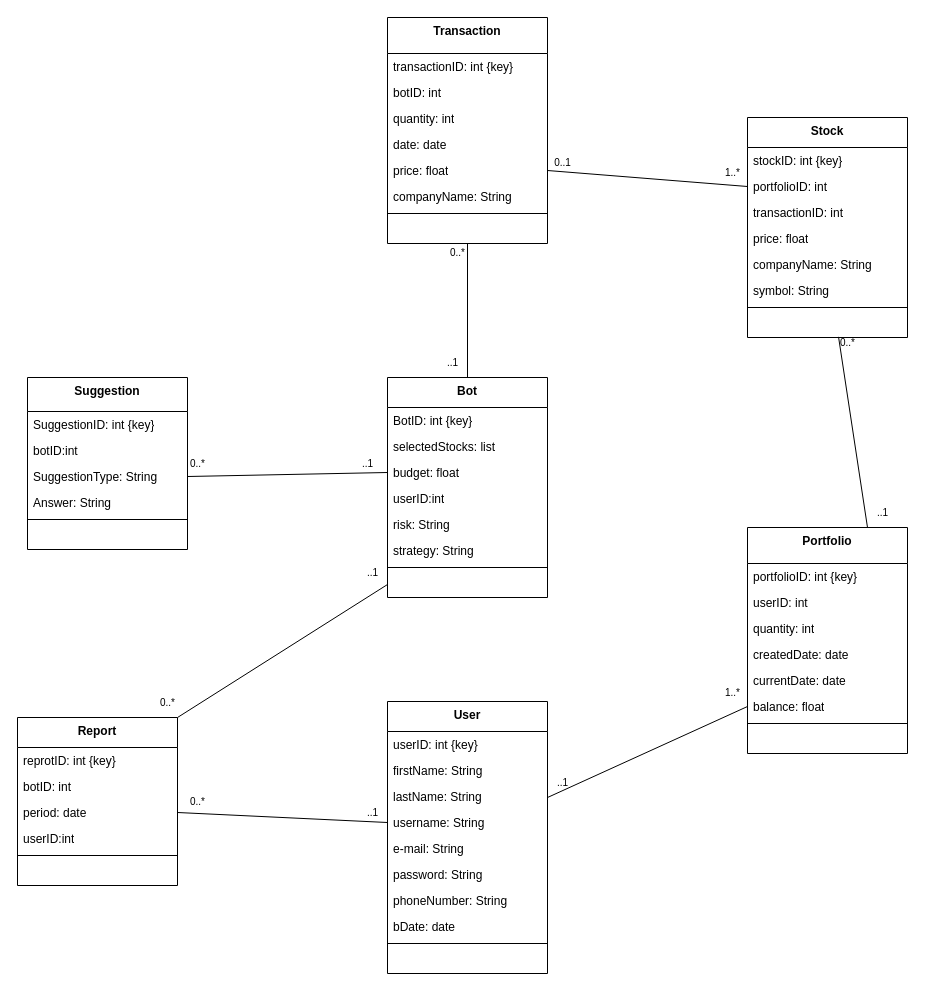
Earlier version of the draw.io diagram Diagrams/DOMAIN CLASS DIAGRAM.drawio (Abdulmohsen23/IS498). Source tidied: cells renumbered, new cells numbered last; positions are measured from the earlier drawing's top-left corner, leaving out a move shared by most shapes. Both pictures are drawn from the tidied source at 100%, with x=0, y=0 at pixel (17, 17).
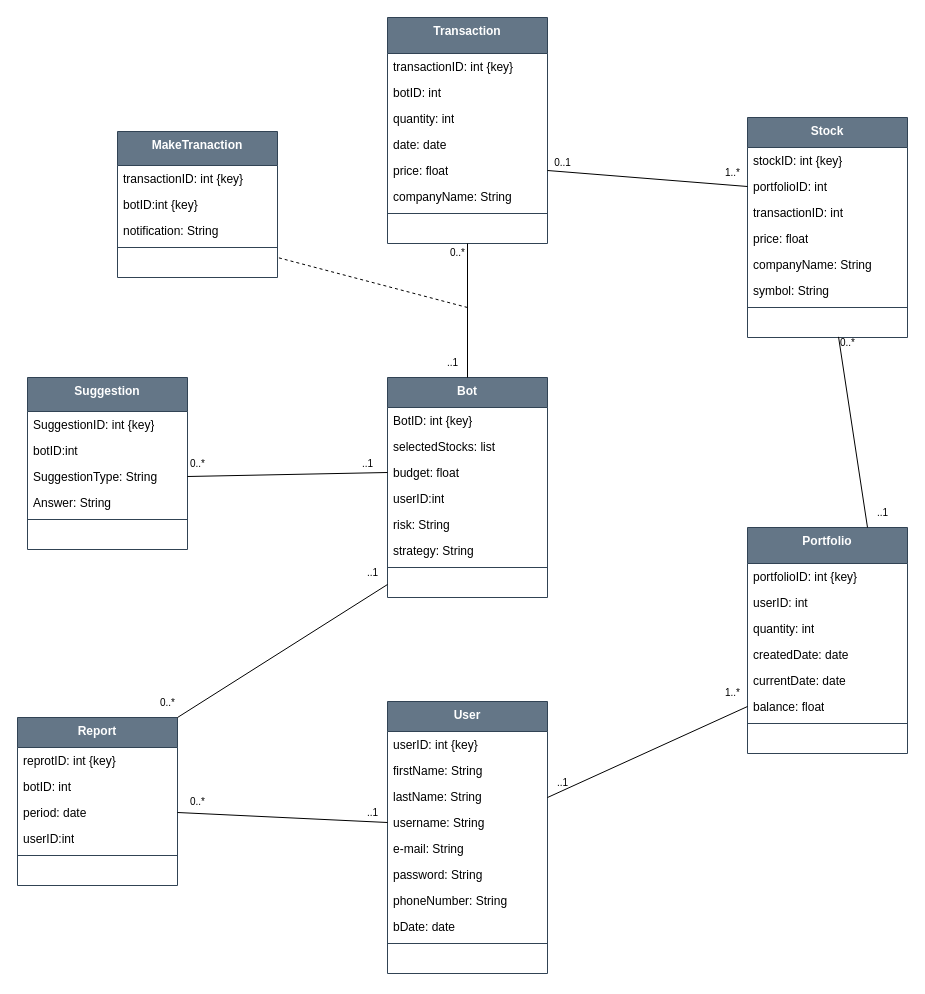
The same diagram, later.

Change to the diagram source:
```diff
@@
-    <mxCell id="2" value="&lt;div&gt;User&lt;br&gt;&lt;/div&gt;" style="swimlane;fontStyle=1;align=center;verticalAlign=top;horizontal=1;startSize=30;whiteSpace=wrap;html=1;" parent="1" vertex="1">
+    <mxCell id="2" value="&lt;div&gt;User&lt;br&gt;&lt;/div&gt;" style="swimlane;fontStyle=1;align=center;verticalAlign=top;horizontal=1;startSize=30;whiteSpace=wrap;html=1;fillColor=#647687;strokeColor=#314354;fontColor=#ffffff;" parent="1" vertex="1">
       <mxGeometry x="370" y="684" width="160" height="272" as="geometry" />
     </mxCell>
@@
-    <mxCell id="13" value="&lt;div&gt;Portfolio&lt;br&gt;&lt;/div&gt;" style="swimlane;fontStyle=1;align=center;verticalAlign=top;horizontal=1;startSize=36;whiteSpace=wrap;html=1;" parent="1" vertex="1">
+    <mxCell id="13" value="&lt;div&gt;Portfolio&lt;br&gt;&lt;/div&gt;" style="swimlane;fontStyle=1;align=center;verticalAlign=top;horizontal=1;startSize=36;whiteSpace=wrap;html=1;fillColor=#647687;strokeColor=#314354;fontColor=#ffffff;" parent="1" vertex="1">
       <mxGeometry x="730" y="510" width="160" height="226" as="geometry" />
     </mxCell>
@@
-    <mxCell id="22" value="&lt;div&gt;Stock&lt;br&gt;&lt;/div&gt;" style="swimlane;fontStyle=1;align=center;verticalAlign=top;horizontal=1;startSize=30;whiteSpace=wrap;html=1;" parent="1" vertex="1">
+    <mxCell id="22" value="&lt;div&gt;Stock&lt;br&gt;&lt;/div&gt;" style="swimlane;fontStyle=1;align=center;verticalAlign=top;horizontal=1;startSize=30;whiteSpace=wrap;html=1;fillColor=#647687;strokeColor=#314354;fontColor=#ffffff;" parent="1" vertex="1">
       <mxGeometry x="730" y="100" width="160" height="220" as="geometry" />
     </mxCell>
@@
-    <mxCell id="31" value="&lt;div&gt;Transaction&lt;br&gt;&lt;/div&gt;" style="swimlane;fontStyle=1;align=center;verticalAlign=top;horizontal=1;startSize=36;whiteSpace=wrap;html=1;" parent="1" vertex="1">
+    <mxCell id="31" value="&lt;div&gt;Transaction&lt;br&gt;&lt;/div&gt;" style="swimlane;fontStyle=1;align=center;verticalAlign=top;horizontal=1;startSize=36;whiteSpace=wrap;html=1;fillColor=#647687;strokeColor=#314354;fontColor=#ffffff;" parent="1" vertex="1">
       <mxGeometry x="370" width="160" height="226" as="geometry" />
     </mxCell>
@@
-    <mxCell id="40" value="&lt;div&gt;Suggestion&lt;br&gt;&lt;/div&gt;" style="swimlane;fontStyle=1;align=center;verticalAlign=top;horizontal=1;startSize=34;whiteSpace=wrap;html=1;" parent="1" vertex="1">
+    <mxCell id="40" value="&lt;div&gt;Suggestion&lt;br&gt;&lt;/div&gt;" style="swimlane;fontStyle=1;align=center;verticalAlign=top;horizontal=1;startSize=34;whiteSpace=wrap;html=1;fillColor=#647687;strokeColor=#314354;fontColor=#ffffff;" parent="1" vertex="1">
       <mxGeometry x="10" y="360" width="160" height="172" as="geometry" />
     </mxCell>
@@
-    <mxCell id="47" value="&lt;div&gt;Bot&lt;br&gt;&lt;/div&gt;" style="swimlane;fontStyle=1;align=center;verticalAlign=top;horizontal=1;startSize=30;whiteSpace=wrap;html=1;" parent="1" vertex="1">
+    <mxCell id="47" value="&lt;div&gt;Bot&lt;br&gt;&lt;/div&gt;" style="swimlane;fontStyle=1;align=center;verticalAlign=top;horizontal=1;startSize=30;whiteSpace=wrap;html=1;fillColor=#647687;strokeColor=#314354;fontColor=#ffffff;" parent="1" vertex="1">
       <mxGeometry x="370" y="360" width="160" height="220" as="geometry" />
     </mxCell>
@@
-    <mxCell id="56" value="&lt;div&gt;Report&lt;br&gt;&lt;/div&gt;" style="swimlane;fontStyle=1;align=center;verticalAlign=top;horizontal=1;startSize=30;whiteSpace=wrap;html=1;" parent="1" vertex="1">
+    <mxCell id="56" value="&lt;div&gt;Report&lt;br&gt;&lt;/div&gt;" style="swimlane;fontStyle=1;align=center;verticalAlign=top;horizontal=1;startSize=30;whiteSpace=wrap;html=1;fillColor=#647687;strokeColor=#314354;fontColor=#ffffff;" parent="1" vertex="1">
       <mxGeometry y="700" width="160" height="168" as="geometry" />
     </mxCell>
@@
+    <mxCell id="84" style="endArrow=none;html=1;rounded=0;dashed=1;endFill=0;" parent="1" edge="1">
+      <mxGeometry relative="1" as="geometry">
+        <mxPoint x="450" y="290" as="sourcePoint" />
+        <mxPoint x="260" y="240" as="targetPoint" />
+      </mxGeometry>
+    </mxCell>
+    <mxCell id="85" value="MakeTranaction" style="swimlane;fontStyle=1;align=center;verticalAlign=top;horizontal=1;startSize=34;whiteSpace=wrap;html=1;fillColor=#647687;strokeColor=#314354;fontColor=#ffffff;" parent="1" vertex="1">
+      <mxGeometry x="100" y="114" width="160" height="146" as="geometry" />
+    </mxCell>
+    <mxCell id="86" value="transactionID: int {key}" style="text;strokeColor=none;fillColor=none;align=left;verticalAlign=top;spacingLeft=4;spacingRight=4;overflow=hidden;whiteSpace=wrap;html=1;" parent="85" vertex="1">
+      <mxGeometry y="34" width="160" height="26" as="geometry" />
+    </mxCell>
+    <mxCell id="87" value="botID:int {key}" style="text;strokeColor=none;fillColor=none;align=left;verticalAlign=top;spacingLeft=4;spacingRight=4;overflow=hidden;whiteSpace=wrap;html=1;" parent="85" vertex="1">
+      <mxGeometry y="60" width="160" height="26" as="geometry" />
+    </mxCell>
+    <mxCell id="88" value="notification: String" style="text;strokeColor=none;fillColor=none;align=left;verticalAlign=top;spacingLeft=4;spacingRight=4;overflow=hidden;whiteSpace=wrap;html=1;" parent="85" vertex="1">
+      <mxGeometry y="86" width="160" height="26" as="geometry" />
+    </mxCell>
+    <mxCell id="89" style="line;strokeWidth=1;fillColor=none;align=left;verticalAlign=middle;spacingTop=-1;spacingLeft=3;spacingRight=3;labelPosition=right;strokeColor=inherit;" parent="85" vertex="1">
+      <mxGeometry y="112" width="160" height="8" as="geometry" />
+    </mxCell>
+    <mxCell id="90" value="&lt;div&gt;&amp;nbsp;&amp;nbsp;&amp;nbsp;&amp;nbsp;&amp;nbsp;&amp;nbsp;&amp;nbsp;&amp;nbsp;&amp;nbsp;&amp;nbsp;&amp;nbsp;&amp;nbsp;&amp;nbsp;&amp;nbsp;&amp;nbsp;&amp;nbsp;&amp;nbsp;&amp;nbsp;&amp;nbsp;&amp;nbsp;&amp;nbsp;&amp;nbsp;&amp;nbsp;&amp;nbsp;&amp;nbsp;&amp;nbsp;&amp;nbsp;&amp;nbsp;&amp;nbsp;&amp;nbsp;&amp;nbsp;&amp;nbsp;&amp;nbsp;&amp;nbsp;&amp;nbsp;&amp;nbsp;&amp;nbsp;&amp;nbsp;&amp;nbsp;&amp;nbsp;&amp;nbsp;&amp;nbsp;&amp;nbsp;&amp;nbsp;&amp;nbsp; &lt;br&gt;&lt;/div&gt;" style="text;strokeColor=none;fillColor=none;align=left;verticalAlign=top;spacingLeft=4;spacingRight=4;overflow=hidden;whiteSpace=wrap;html=1;" parent="85" vertex="1">
+      <mxGeometry y="120" width="160" height="26" as="geometry" />
+    </mxCell>
```
